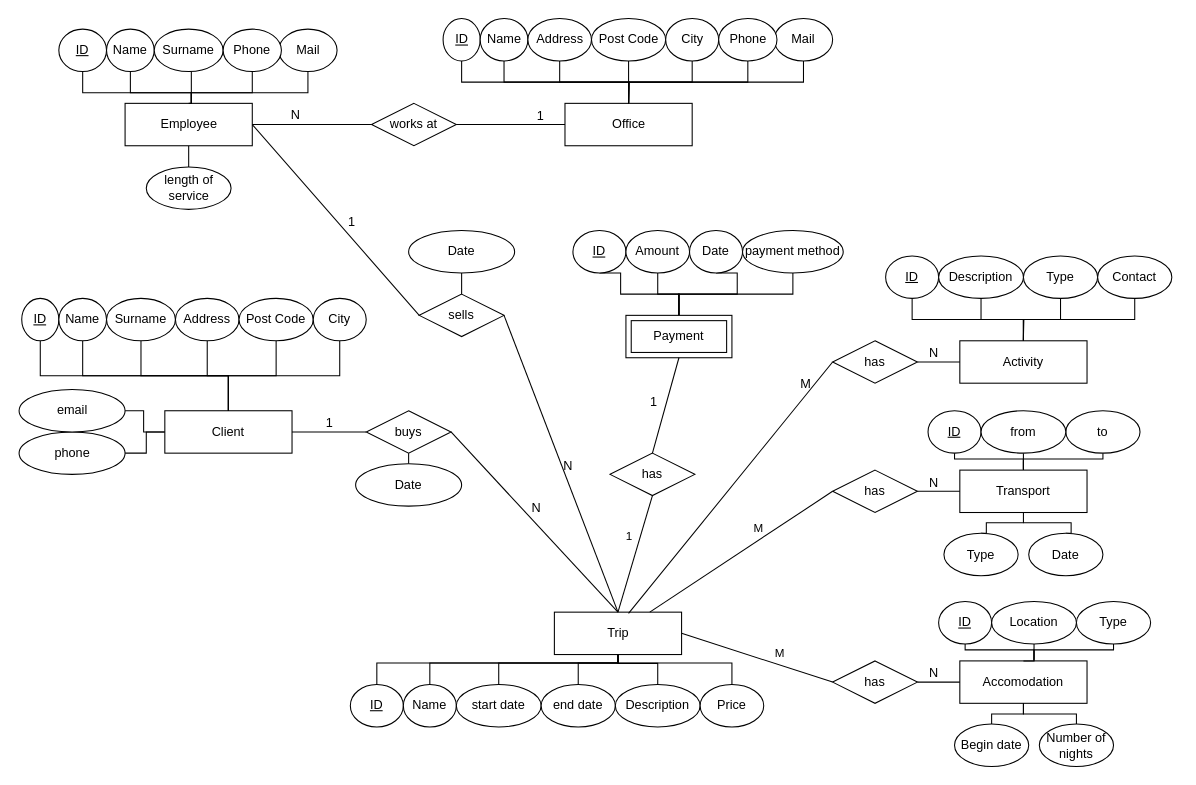
phootrf/DBProjet1 keeps this draw.io diagram as page "Proposition 2" (2 of 3) of DB Projekt 1.drawio. Above is the earlier version. Source tidied: cells renumbered, new cells numbered last; positions are measured from the earlier drawing's top-left corner, leaving out a move shared by most shapes. Both pictures are drawn from the tidied source at 106%, with x=0, y=0 at pixel (18, 18).
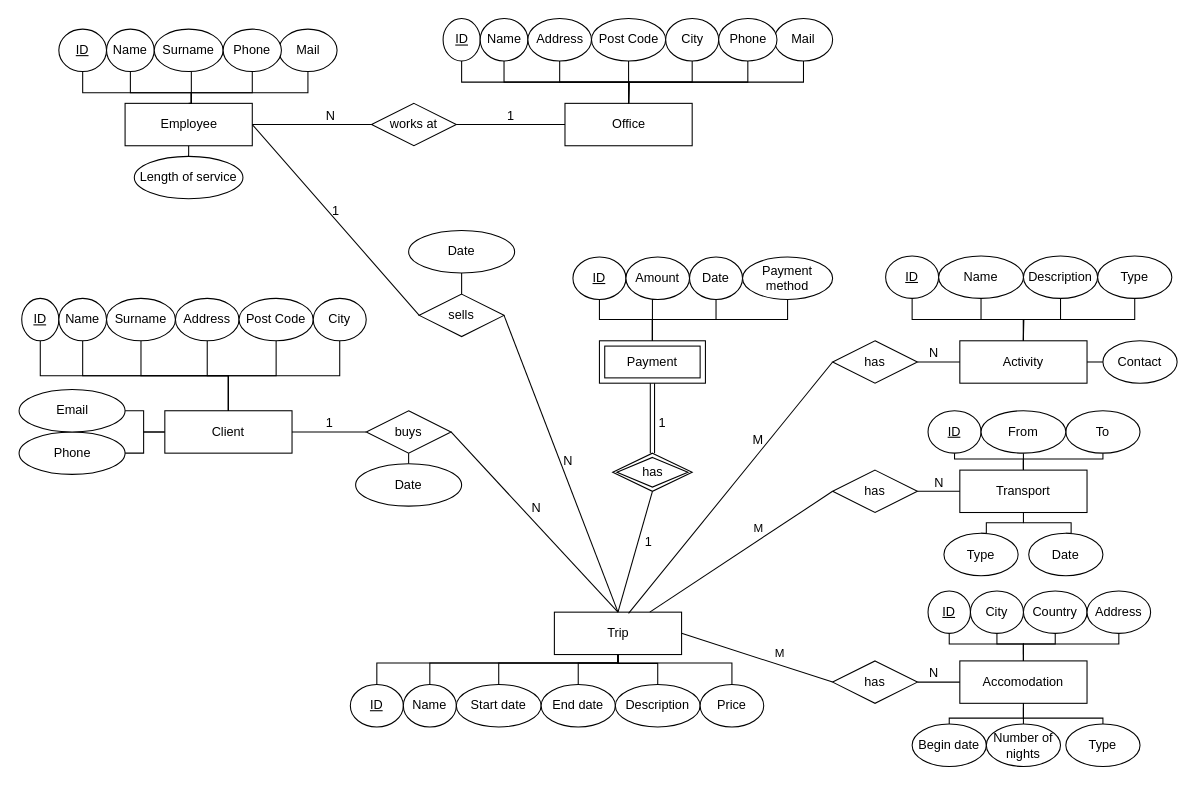
Above is the later version.

The change refers to these unchanged cells:
```xml
<mxCell id="3" value="Client" style="whiteSpace=wrap;html=1;align=center;" parent="1" vertex="1">
  <mxGeometry x="138" y="370" width="120" height="40" as="geometry" />
</mxCell>
<mxCell id="4" value="Trip" style="whiteSpace=wrap;html=1;align=center;" parent="1" vertex="1">
  <mxGeometry x="505.5" y="560" width="120" height="40" as="geometry" />
</mxCell>
<mxCell id="6" value="Activity" style="whiteSpace=wrap;html=1;align=center;" parent="1" vertex="1">
  <mxGeometry x="888" y="304" width="120" height="40" as="geometry" />
</mxCell>
<mxCell id="13" style="endArrow=none;html=1;rounded=0;exitX=0.583;exitY=0.029;exitDx=0;exitDy=0;entryX=0;entryY=0.5;entryDx=0;entryDy=0;exitPerimeter=0;" parent="1" edge="1" source="4" target="12">
  <mxGeometry relative="1" as="geometry" />
</mxCell>
<mxCell id="58" style="endArrow=none;html=1;rounded=0;exitX=1;exitY=0.5;exitDx=0;exitDy=0;entryX=0;entryY=0.5;entryDx=0;entryDy=0;" parent="1" edge="1" source="56" target="57">
  <mxGeometry relative="1" as="geometry" />
</mxCell>
<mxCell id="60" style="endArrow=none;html=1;rounded=0;fontSize=27;exitX=1;exitY=0.5;exitDx=0;exitDy=0;entryX=0.5;entryY=0;entryDx=0;entryDy=0;" parent="1" edge="1" source="57" target="4">
  <mxGeometry relative="1" as="geometry" />
</mxCell>
<mxCell id="78" style="endArrow=none;html=1;rounded=0;exitX=1;exitY=0.5;exitDx=0;exitDy=0;entryX=0;entryY=0.5;entryDx=0;entryDy=0;" parent="1" edge="1" source="56" target="77">
  <mxGeometry relative="1" as="geometry" />
</mxCell>
<mxCell id="80" style="endArrow=none;html=1;rounded=0;fontSize=27;exitX=1;exitY=0.5;exitDx=0;exitDy=0;entryX=0;entryY=0.5;entryDx=0;entryDy=0;" parent="1" edge="1" source="77" target="76">
  <mxGeometry relative="1" as="geometry" />
</mxCell>
<mxCell id="100" value="has" style="shape=rhombus;perimeter=rhombusPerimeter;whiteSpace=wrap;html=1;align=center;" parent="1" vertex="1">
  <mxGeometry x="768" y="426" width="80" height="40" as="geometry" />
</mxCell>
<mxCell id="101" style="endArrow=none;html=1;rounded=0;exitX=0;exitY=0.5;exitDx=0;exitDy=0;entryX=1;entryY=0.5;entryDx=0;entryDy=0;" parent="1" edge="1" source="99" target="100">
  <mxGeometry relative="1" as="geometry" />
</mxCell>
<mxCell id="116" value="Accomodation" style="whiteSpace=wrap;html=1;align=center;" parent="1" vertex="1">
  <mxGeometry x="888" y="606" width="120" height="40" as="geometry" />
</mxCell>
```

Change to the diagram source:
```diff
@@
+    <mxCell id="136" style="edgeStyle=orthogonalEdgeStyle;rounded=0;jettySize=auto;html=1;exitX=1;exitY=0.5;exitDx=0;exitDy=0;entryX=0;entryY=0.5;entryDx=0;entryDy=0;labelBackgroundColor=#FF9999;endArrow=none;endFill=0;" parent="1" edge="1" source="6" target="144">
+      <mxGeometry relative="1" as="geometry" />
+    </mxCell>
@@
     <mxCell id="14" value="M" style="html=1;align=right;verticalAlign=bottom;" parent="13" vertex="1">
       <mxGeometry x="1" relative="1" as="geometry">
-        <mxPoint x="-20" y="29" as="offset" />
+        <mxPoint x="-65" y="82" as="offset" />
       </mxGeometry>
     </mxCell>
@@
-    <mxCell id="19" value="Type" style="ellipse;whiteSpace=wrap;html=1;align=center;" parent="1" vertex="1">
+    <mxCell id="19" value="Description" style="ellipse;whiteSpace=wrap;html=1;align=center;" parent="1" vertex="1">
       <mxGeometry x="948" y="224" width="70" height="40" as="geometry" />
     </mxCell>
@@
-    <mxCell id="21" value="Description" style="ellipse;whiteSpace=wrap;html=1;align=center;" parent="1" vertex="1">
+    <mxCell id="21" value="Name" style="ellipse;whiteSpace=wrap;html=1;align=center;" parent="1" vertex="1">
       <mxGeometry x="868" y="224" width="80" height="40" as="geometry" />
     </mxCell>
@@
-    <mxCell id="27" value="start date" style="ellipse;whiteSpace=wrap;html=1;align=center;" parent="1" vertex="1">
+    <mxCell id="27" value="Start date" style="ellipse;whiteSpace=wrap;html=1;align=center;" parent="1" vertex="1">
       <mxGeometry x="413" y="628.3" width="80" height="40" as="geometry" />
     </mxCell>
@@
-    <mxCell id="29" value="end date" style="ellipse;whiteSpace=wrap;html=1;align=center;" parent="1" vertex="1">
+    <mxCell id="29" value="End date" style="ellipse;whiteSpace=wrap;html=1;align=center;" parent="1" vertex="1">
       <mxGeometry x="493" y="628.3" width="70" height="40" as="geometry" />
     </mxCell>
@@
-    <mxCell id="46" style="edgeStyle=orthogonalEdgeStyle;rounded=0;jettySize=auto;html=1;exitX=0.5;exitY=1;exitDx=0;exitDy=0;entryX=0.5;entryY=0;entryDx=0;entryDy=0;endArrow=none;endFill=0;" parent="1" edge="1" source="47" target="97">
-      <mxGeometry relative="1" as="geometry">
-        <Array as="points">
-          <mxPoint x="568" y="260" />
-          <mxPoint x="623" y="260" />
-        </Array>
-      </mxGeometry>
-    </mxCell>
     <mxCell id="47" value="ID" style="ellipse;whiteSpace=wrap;html=1;align=center;fontStyle=4;" parent="1" vertex="1">
-      <mxGeometry x="523" y="200" width="50" height="40" as="geometry" />
+      <mxGeometry x="523" y="225" width="50" height="40" as="geometry" />
     </mxCell>
-    <mxCell id="48" style="edgeStyle=orthogonalEdgeStyle;rounded=0;jettySize=auto;html=1;exitX=0.5;exitY=1;exitDx=0;exitDy=0;endArrow=none;endFill=0;entryX=0.5;entryY=0;entryDx=0;entryDy=0;" parent="1" edge="1" source="49" target="97">
+    <mxCell id="48" style="edgeStyle=orthogonalEdgeStyle;rounded=0;jettySize=auto;html=1;exitX=0.5;exitY=1;exitDx=0;exitDy=0;entryX=0.5;entryY=0;entryDx=0;entryDy=0;labelBackgroundColor=#FF9999;endArrow=none;endFill=0;" parent="1" edge="1" source="49" target="97">
       <mxGeometry relative="1" as="geometry">
         <Array as="points">
-          <mxPoint x="678" y="260" />
-          <mxPoint x="623" y="260" />
+          <mxPoint x="658" y="284" />
+          <mxPoint x="598" y="284" />
         </Array>
       </mxGeometry>
     </mxCell>
     <mxCell id="49" value="Date" style="ellipse;whiteSpace=wrap;html=1;align=center;" parent="1" vertex="1">
-      <mxGeometry x="633" y="200" width="50" height="40" as="geometry" />
+      <mxGeometry x="633" y="225" width="50" height="40" as="geometry" />
     </mxCell>
-    <mxCell id="50" style="edgeStyle=orthogonalEdgeStyle;rounded=0;jettySize=auto;html=1;exitX=0.5;exitY=1;exitDx=0;exitDy=0;endArrow=none;endFill=0;entryX=0.5;entryY=0;entryDx=0;entryDy=0;" parent="1" edge="1" source="51" target="97">
+    <mxCell id="50" style="edgeStyle=orthogonalEdgeStyle;rounded=0;jettySize=auto;html=1;exitX=0.5;exitY=1;exitDx=0;exitDy=0;entryX=0.5;entryY=0;entryDx=0;entryDy=0;labelBackgroundColor=#FF9999;endArrow=none;endFill=0;" parent="1" edge="1" source="51" target="97">
       <mxGeometry relative="1" as="geometry" />
     </mxCell>
     <mxCell id="51" value="Amount" style="ellipse;whiteSpace=wrap;html=1;align=center;" parent="1" vertex="1">
-      <mxGeometry x="573" y="200" width="60" height="40" as="geometry" />
+      <mxGeometry x="573" y="225" width="60" height="40" as="geometry" />
     </mxCell>
     <mxCell id="52" style="edgeStyle=orthogonalEdgeStyle;rounded=0;jettySize=auto;html=1;exitX=1;exitY=0.5;exitDx=0;exitDy=0;entryX=0;entryY=0.5;entryDx=0;entryDy=0;endArrow=none;endFill=0;" parent="1" edge="1" source="53" target="3">
-      <mxGeometry relative="1" as="geometry" />
+      <mxGeometry relative="1" as="geometry">
+        <Array as="points">
+          <mxPoint x="118" y="410" />
+          <mxPoint x="118" y="390" />
+        </Array>
+      </mxGeometry>
     </mxCell>
-    <mxCell id="53" value="phone" style="ellipse;whiteSpace=wrap;html=1;align=center;" parent="1" vertex="1">
+    <mxCell id="53" value="Phone" style="ellipse;whiteSpace=wrap;html=1;align=center;" parent="1" vertex="1">
       <mxGeometry x="0.5" y="390" width="100" height="40" as="geometry" />
     </mxCell>
-    <mxCell id="54" value="email" style="ellipse;whiteSpace=wrap;html=1;align=center;" parent="1" vertex="1">
+    <mxCell id="54" value="Email" style="ellipse;whiteSpace=wrap;html=1;align=center;" parent="1" vertex="1">
       <mxGeometry x="0.5" y="350" width="100" height="40" as="geometry" />
     </mxCell>
@@
     <mxCell id="59" value="1" style="html=1;align=right;verticalAlign=bottom;" parent="58" vertex="1">
       <mxGeometry x="1" relative="1" as="geometry">
-        <mxPoint x="-60" y="-80" as="offset" />
+        <mxPoint x="-75" y="-90" as="offset" />
       </mxGeometry>
     </mxCell>
@@
     <mxCell id="61" value="N" style="html=1;align=right;verticalAlign=bottom;direction=south;" parent="60" vertex="1">
       <mxGeometry x="1" relative="1" as="geometry">
-        <mxPoint x="-43" y="-130" as="offset" />
+        <mxPoint x="-43" y="-134" as="offset" />
       </mxGeometry>
     </mxCell>
@@
     <mxCell id="79" value="N" style="html=1;align=right;verticalAlign=bottom;" parent="78" vertex="1">
       <mxGeometry x="1" relative="1" as="geometry">
-        <mxPoint x="-68" y="-1" as="offset" />
+        <mxPoint x="-35" as="offset" />
       </mxGeometry>
     </mxCell>
@@
     <mxCell id="81" value="1" style="html=1;align=right;verticalAlign=bottom;" parent="80" vertex="1">
       <mxGeometry x="1" relative="1" as="geometry">
-        <mxPoint x="-20" as="offset" />
+        <mxPoint x="-48" as="offset" />
       </mxGeometry>
     </mxCell>
@@
-    <mxCell id="96" value="length of service" style="ellipse;whiteSpace=wrap;html=1;align=center;" parent="1" vertex="1">
-      <mxGeometry x="120.5" y="140" width="80" height="40" as="geometry" />
+    <mxCell id="96" value="Length of service" style="ellipse;whiteSpace=wrap;html=1;align=center;" parent="1" vertex="1">
+      <mxGeometry x="109.2" y="130" width="102.5" height="40" as="geometry" />
     </mxCell>
+    <mxCell id="137" style="edgeStyle=orthogonalEdgeStyle;rounded=0;jettySize=auto;html=1;exitX=0.5;exitY=0;exitDx=0;exitDy=0;entryX=0.5;entryY=1;entryDx=0;entryDy=0;labelBackgroundColor=#FF9999;endArrow=none;endFill=0;" parent="1" edge="1" source="97" target="47">
+      <mxGeometry relative="1" as="geometry" />
+    </mxCell>
     <mxCell id="97" value="Payment" style="shape=ext;margin=3;double=1;whiteSpace=wrap;html=1;align=center;" parent="1" vertex="1">
-      <mxGeometry x="573" y="280" width="100" height="40" as="geometry" />
+      <mxGeometry x="548" y="304" width="100" height="40" as="geometry" />
     </mxCell>
@@
     <mxCell id="102" value="N" style="html=1;align=right;verticalAlign=bottom;" parent="101" vertex="1">
       <mxGeometry x="1" relative="1" as="geometry">
-        <mxPoint x="20" as="offset" />
+        <mxPoint x="25" as="offset" />
       </mxGeometry>
     </mxCell>
@@
-    <mxCell id="105" value="to" style="ellipse;whiteSpace=wrap;html=1;align=center;" parent="1" vertex="1">
+    <mxCell id="105" value="To" style="ellipse;whiteSpace=wrap;html=1;align=center;" parent="1" vertex="1">
       <mxGeometry x="988" y="370" width="70" height="40" as="geometry" />
     </mxCell>
@@
-    <mxCell id="107" value="from" style="ellipse;whiteSpace=wrap;html=1;align=center;" parent="1" vertex="1">
+    <mxCell id="107" value="From" style="ellipse;whiteSpace=wrap;html=1;align=center;" parent="1" vertex="1">
       <mxGeometry x="908" y="370" width="80" height="40" as="geometry" />
     </mxCell>
-    <mxCell id="108" value="M" style="endArrow=none;html=1;rounded=0;exitX=0.75;exitY=0;exitDx=0;exitDy=0;entryX=0;entryY=0.5;entryDx=0;entryDy=0;" parent="1" edge="1" source="4" target="100">
-      <mxGeometry x="0.25" y="10" relative="1" as="geometry" />
+    <mxCell id="108" value="M" style="endArrow=none;html=1;rounded=0;exitX=0.75;exitY=0;exitDx=0;exitDy=0;entryX=0;entryY=0.5;entryDx=0;entryDy=0;" parent="1" edge="1">
+      <mxGeometry x="0.25" y="10" relative="1" as="geometry">
+        <mxPoint x="595.5" y="560" as="sourcePoint" />
+        <mxPoint x="768" y="446" as="targetPoint" />
+      </mxGeometry>
     </mxCell>
@@
-    <mxCell id="110" value="Contact" style="ellipse;whiteSpace=wrap;html=1;align=center;" parent="1" vertex="1">
+    <mxCell id="110" value="Type" style="ellipse;whiteSpace=wrap;html=1;align=center;" parent="1" vertex="1">
       <mxGeometry x="1018" y="224" width="70" height="40" as="geometry" />
     </mxCell>
@@
-    <mxCell id="115" style="edgeStyle=orthogonalEdgeStyle;rounded=0;orthogonalLoop=1;jettySize=auto;html=1;exitX=0.5;exitY=0;exitDx=0;exitDy=0;entryX=0.5;entryY=1;entryDx=0;entryDy=0;endArrow=none;endFill=0;" parent="1" edge="1">
-      <mxGeometry relative="1" as="geometry">
-        <mxPoint x="958" y="605" as="sourcePoint" />
-        <mxPoint x="893" y="579" as="targetPoint" />
-        <Array as="points">
-          <mxPoint x="958" y="595.6" />
-          <mxPoint x="893" y="595.6" />
-        </Array>
-      </mxGeometry>
-    </mxCell>
@@
+    <mxCell id="138" style="edgeStyle=orthogonalEdgeStyle;rounded=0;jettySize=auto;html=1;exitX=0.5;exitY=1;exitDx=0;exitDy=0;entryX=0.5;entryY=0;entryDx=0;entryDy=0;labelBackgroundColor=#FF9999;endArrow=none;endFill=0;" parent="1" edge="1" source="120" target="116">
+      <mxGeometry relative="1" as="geometry">
+        <Array as="points">
+          <mxPoint x="878" y="590" />
+          <mxPoint x="948" y="590" />
+        </Array>
+      </mxGeometry>
+    </mxCell>
     <mxCell id="120" value="ID" style="ellipse;whiteSpace=wrap;html=1;align=center;fontStyle=4;" parent="1" vertex="1">
-      <mxGeometry x="868" y="550" width="50" height="40" as="geometry" />
+      <mxGeometry x="858" y="540" width="40" height="40" as="geometry" />
     </mxCell>
-    <mxCell id="121" style="edgeStyle=orthogonalEdgeStyle;rounded=0;jettySize=auto;html=1;exitX=0.5;exitY=1;exitDx=0;exitDy=0;entryX=0.5;entryY=0;entryDx=0;entryDy=0;endArrow=none;endFill=0;" parent="1" edge="1" source="122" target="116">
+    <mxCell id="121" style="edgeStyle=orthogonalEdgeStyle;rounded=0;jettySize=auto;html=1;exitX=0.5;exitY=1;exitDx=0;exitDy=0;entryX=0.5;entryY=0;entryDx=0;entryDy=0;labelBackgroundColor=#FF9999;endArrow=none;endFill=0;" parent="1" edge="1" source="122" target="116">
       <mxGeometry relative="1" as="geometry">
         <Array as="points">
-          <mxPoint x="1033" y="595.6" />
-          <mxPoint x="958" y="595.6" />
+          <mxPoint x="978" y="590" />
+          <mxPoint x="948" y="590" />
         </Array>
       </mxGeometry>
     </mxCell>
-    <mxCell id="122" value="Type" style="ellipse;whiteSpace=wrap;html=1;align=center;" parent="1" vertex="1">
-      <mxGeometry x="998" y="550" width="70" height="40" as="geometry" />
+    <mxCell id="122" value="Country" style="ellipse;whiteSpace=wrap;html=1;align=center;" parent="1" vertex="1">
+      <mxGeometry x="948" y="540" width="60" height="40" as="geometry" />
     </mxCell>
-    <mxCell id="123" style="edgeStyle=orthogonalEdgeStyle;rounded=0;jettySize=auto;html=1;exitX=0.5;exitY=1;exitDx=0;exitDy=0;endArrow=none;endFill=0;" parent="1" edge="1" source="124">
-      <mxGeometry relative="1" as="geometry">
-        <mxPoint x="957.9" y="606" as="targetPoint" />
-      </mxGeometry>
-    </mxCell>
+    <mxCell id="139" style="edgeStyle=orthogonalEdgeStyle;rounded=0;jettySize=auto;html=1;exitX=0.5;exitY=1;exitDx=0;exitDy=0;labelBackgroundColor=#FF9999;endArrow=none;endFill=0;" parent="1" edge="1" source="124">
+      <mxGeometry relative="1" as="geometry">
+        <mxPoint x="948" y="600" as="targetPoint" />
+        <Array as="points">
+          <mxPoint x="923" y="590" />
+          <mxPoint x="948" y="590" />
+        </Array>
+      </mxGeometry>
+    </mxCell>
-    <mxCell id="124" value="Location" style="ellipse;whiteSpace=wrap;html=1;align=center;" parent="1" vertex="1">
-      <mxGeometry x="918" y="550" width="80" height="40" as="geometry" />
+    <mxCell id="124" value="City" style="ellipse;whiteSpace=wrap;html=1;align=center;" parent="1" vertex="1">
+      <mxGeometry x="898" y="540" width="50" height="40" as="geometry" />
     </mxCell>
-    <mxCell id="125" style="edgeStyle=orthogonalEdgeStyle;rounded=0;jettySize=auto;html=1;exitX=0.5;exitY=0;exitDx=0;exitDy=0;entryX=0.5;entryY=1;entryDx=0;entryDy=0;endArrow=none;endFill=0;" parent="1" edge="1" source="126" target="116">
+    <mxCell id="125" style="edgeStyle=orthogonalEdgeStyle;rounded=0;jettySize=auto;html=1;exitX=0.5;exitY=0;exitDx=0;exitDy=0;entryX=0.5;entryY=1;entryDx=0;entryDy=0;labelBackgroundColor=#FF9999;endArrow=none;endFill=0;" parent="1" edge="1" source="126" target="116">
       <mxGeometry relative="1" as="geometry">
         <Array as="points">
-          <mxPoint x="918" y="656" />
-          <mxPoint x="948" y="656" />
+          <mxPoint x="878" y="660" />
+          <mxPoint x="948" y="660" />
         </Array>
       </mxGeometry>
     </mxCell>
     <mxCell id="126" value="Begin date" style="ellipse;whiteSpace=wrap;html=1;align=center;" parent="1" vertex="1">
-      <mxGeometry x="883" y="665.6" width="70" height="40" as="geometry" />
+      <mxGeometry x="843" y="665.6" width="70" height="40" as="geometry" />
     </mxCell>
     <mxCell id="127" style="edgeStyle=orthogonalEdgeStyle;rounded=0;jettySize=auto;html=1;exitX=0.5;exitY=0;exitDx=0;exitDy=0;endArrow=none;endFill=0;entryX=0.5;entryY=1;entryDx=0;entryDy=0;" parent="1" edge="1" source="128" target="116">
       <mxGeometry relative="1" as="geometry">
         <Array as="points">
-          <mxPoint x="998" y="656" />
-          <mxPoint x="948" y="656" />
+          <mxPoint x="948" y="666" />
         </Array>
       </mxGeometry>
     </mxCell>
     <mxCell id="128" value="Number of nights" style="ellipse;whiteSpace=wrap;html=1;align=center;" parent="1" vertex="1">
-      <mxGeometry x="963" y="665.6" width="70" height="40" as="geometry" />
+      <mxGeometry x="913" y="665.6" width="70" height="40" as="geometry" />
     </mxCell>
@@
-    <mxCell id="130" value="has" style="shape=rhombus;perimeter=rhombusPerimeter;whiteSpace=wrap;html=1;align=center;" parent="1" vertex="1">
-      <mxGeometry x="558" y="410" width="80" height="40" as="geometry" />
-    </mxCell>
-    <mxCell id="131" value="1" style="endArrow=none;html=1;rounded=0;exitX=0.5;exitY=0;exitDx=0;exitDy=0;entryX=0.5;entryY=1;entryDx=0;entryDy=0;" parent="1" edge="1" source="4" target="130">
-      <mxGeometry x="0.25" y="10" relative="1" as="geometry" />
-    </mxCell>
-    <mxCell id="132" style="endArrow=none;html=1;rounded=0;fontSize=27;exitX=0.5;exitY=1;exitDx=0;exitDy=0;entryX=0.5;entryY=0;entryDx=0;entryDy=0;" parent="1" edge="1" source="97" target="130">
-      <mxGeometry relative="1" as="geometry" />
-    </mxCell>
-    <mxCell id="133" value="1" style="html=1;align=right;verticalAlign=bottom;direction=south;" parent="132" vertex="1">
-      <mxGeometry x="1" relative="1" as="geometry">
-        <mxPoint x="5" y="-40" as="offset" />
-      </mxGeometry>
-    </mxCell>
     <mxCell id="134" style="edgeStyle=orthogonalEdgeStyle;rounded=0;jettySize=auto;html=1;exitX=0.5;exitY=1;exitDx=0;exitDy=0;entryX=0.5;entryY=0;entryDx=0;entryDy=0;labelBackgroundColor=#FF9999;endArrow=none;endFill=0;" parent="1" edge="1" source="135" target="97">
-      <mxGeometry relative="1" as="geometry" />
+      <mxGeometry relative="1" as="geometry">
+        <Array as="points">
+          <mxPoint x="726" y="284" />
+          <mxPoint x="598" y="284" />
+        </Array>
+      </mxGeometry>
     </mxCell>
-    <mxCell id="135" value="payment method" style="ellipse;whiteSpace=wrap;html=1;align=center;" parent="1" vertex="1">
-      <mxGeometry x="683" y="200" width="95" height="40" as="geometry" />
+    <mxCell id="135" value="Payment method" style="ellipse;whiteSpace=wrap;html=1;align=center;" parent="1" vertex="1">
+      <mxGeometry x="683" y="225" width="85" height="40" as="geometry" />
     </mxCell>
+    <mxCell id="140" style="edgeStyle=orthogonalEdgeStyle;rounded=0;jettySize=auto;html=1;exitX=0.5;exitY=0;exitDx=0;exitDy=0;labelBackgroundColor=#FF9999;endArrow=none;endFill=0;" parent="1" edge="1" source="141">
+      <mxGeometry relative="1" as="geometry">
+        <mxPoint x="948" y="650" as="targetPoint" />
+        <Array as="points">
+          <mxPoint x="1023" y="660" />
+          <mxPoint x="948" y="660" />
+        </Array>
+      </mxGeometry>
+    </mxCell>
+    <mxCell id="141" value="Type" style="ellipse;whiteSpace=wrap;html=1;align=center;" parent="1" vertex="1">
+      <mxGeometry x="988" y="665.6" width="70" height="40" as="geometry" />
+    </mxCell>
+    <mxCell id="142" style="edgeStyle=orthogonalEdgeStyle;rounded=0;jettySize=auto;html=1;exitX=0.5;exitY=1;exitDx=0;exitDy=0;entryX=0.5;entryY=0;entryDx=0;entryDy=0;labelBackgroundColor=#FF9999;endArrow=none;endFill=0;" parent="1" edge="1" source="143" target="116">
+      <mxGeometry relative="1" as="geometry">
+        <Array as="points">
+          <mxPoint x="1038" y="590" />
+          <mxPoint x="948" y="590" />
+        </Array>
+      </mxGeometry>
+    </mxCell>
+    <mxCell id="143" value="Address" style="ellipse;whiteSpace=wrap;html=1;align=center;" parent="1" vertex="1">
+      <mxGeometry x="1008" y="540" width="60" height="40" as="geometry" />
+    </mxCell>
+    <mxCell id="144" value="Contact" style="ellipse;whiteSpace=wrap;html=1;align=center;" parent="1" vertex="1">
+      <mxGeometry x="1023" y="304" width="70" height="40" as="geometry" />
+    </mxCell>
+    <mxCell id="131" style="endArrow=none;html=1;rounded=0;labelBackgroundColor=#FF9999;exitX=0.5;exitY=0;exitDx=0;exitDy=0;entryX=0.5;entryY=1;entryDx=0;entryDy=0;" parent="1" edge="1" source="4" target="130">
+      <mxGeometry relative="1" as="geometry" />
+    </mxCell>
+    <mxCell id="145" value="1" style="html=1;align=right;verticalAlign=bottom;" parent="131" vertex="1">
+      <mxGeometry x="1" relative="1" as="geometry">
+        <mxPoint y="56" as="offset" />
+      </mxGeometry>
+    </mxCell>
+    <mxCell id="130" value="has" style="shape=rhombus;double=1;perimeter=rhombusPerimeter;whiteSpace=wrap;html=1;align=center;labelBackgroundColor=#ffffff;" parent="1" vertex="1">
+      <mxGeometry x="560.5" y="410" width="75" height="36" as="geometry" />
+    </mxCell>
+    <mxCell id="146" style="shape=link;html=1;rounded=0;labelBackgroundColor=#FF9999;endArrow=none;endFill=0;entryX=0.5;entryY=1;entryDx=0;entryDy=0;exitX=0.5;exitY=0;exitDx=0;exitDy=0;" parent="1" edge="1" source="130" target="97">
+      <mxGeometry relative="1" as="geometry" />
+    </mxCell>
+    <mxCell id="147" value="1" style="html=1;align=right;verticalAlign=bottom;" parent="146" vertex="1">
+      <mxGeometry x="1" relative="1" as="geometry">
+        <mxPoint x="13" y="46" as="offset" />
+      </mxGeometry>
+    </mxCell>
```
